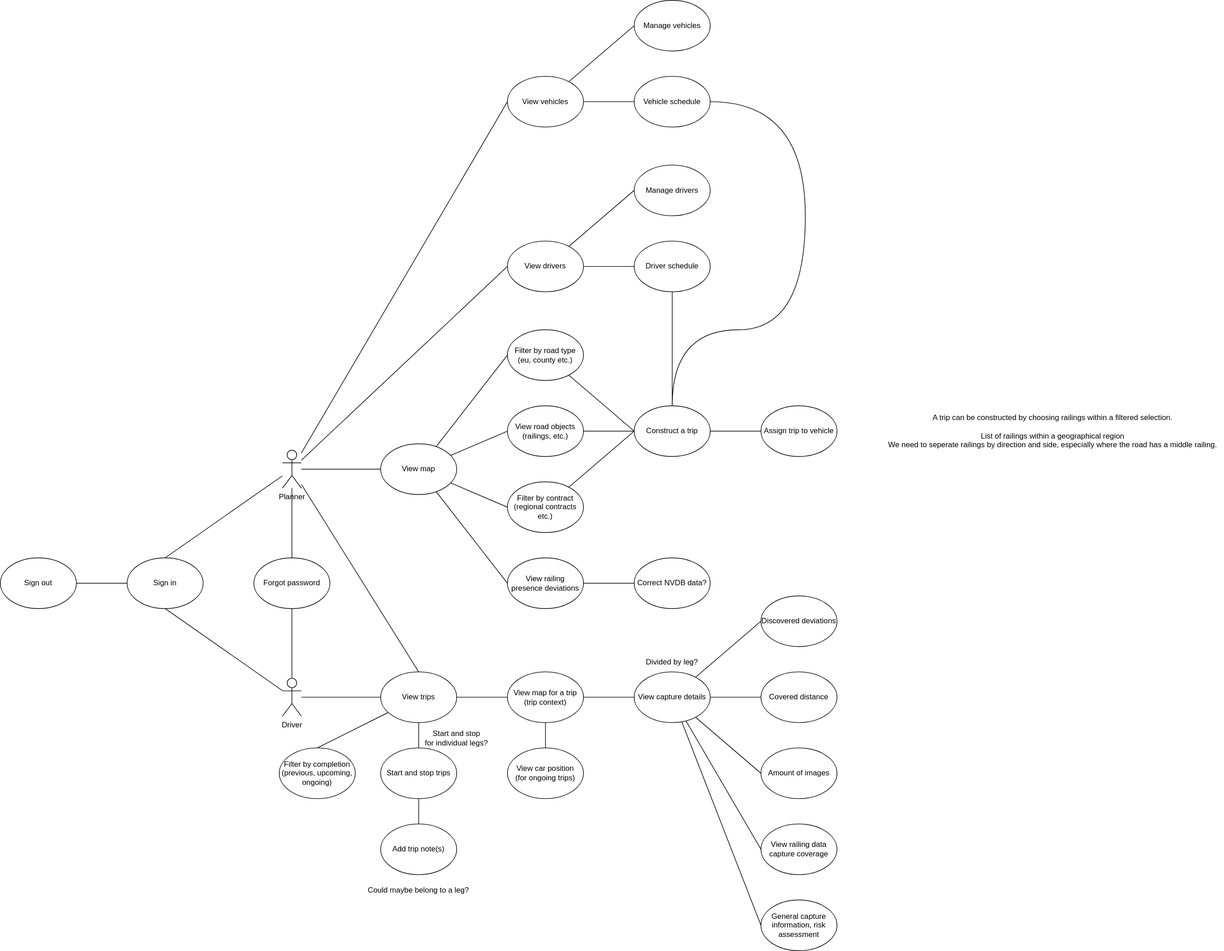
Earlier version of the draw.io export docs/diagrams/use-cases.drawio.svg (triosnok/isi-planning-tool). Source tidied: cells renumbered, new cells last; positions are measured from the earlier drawing's top-left corner, leaving out a move shared by most shapes.
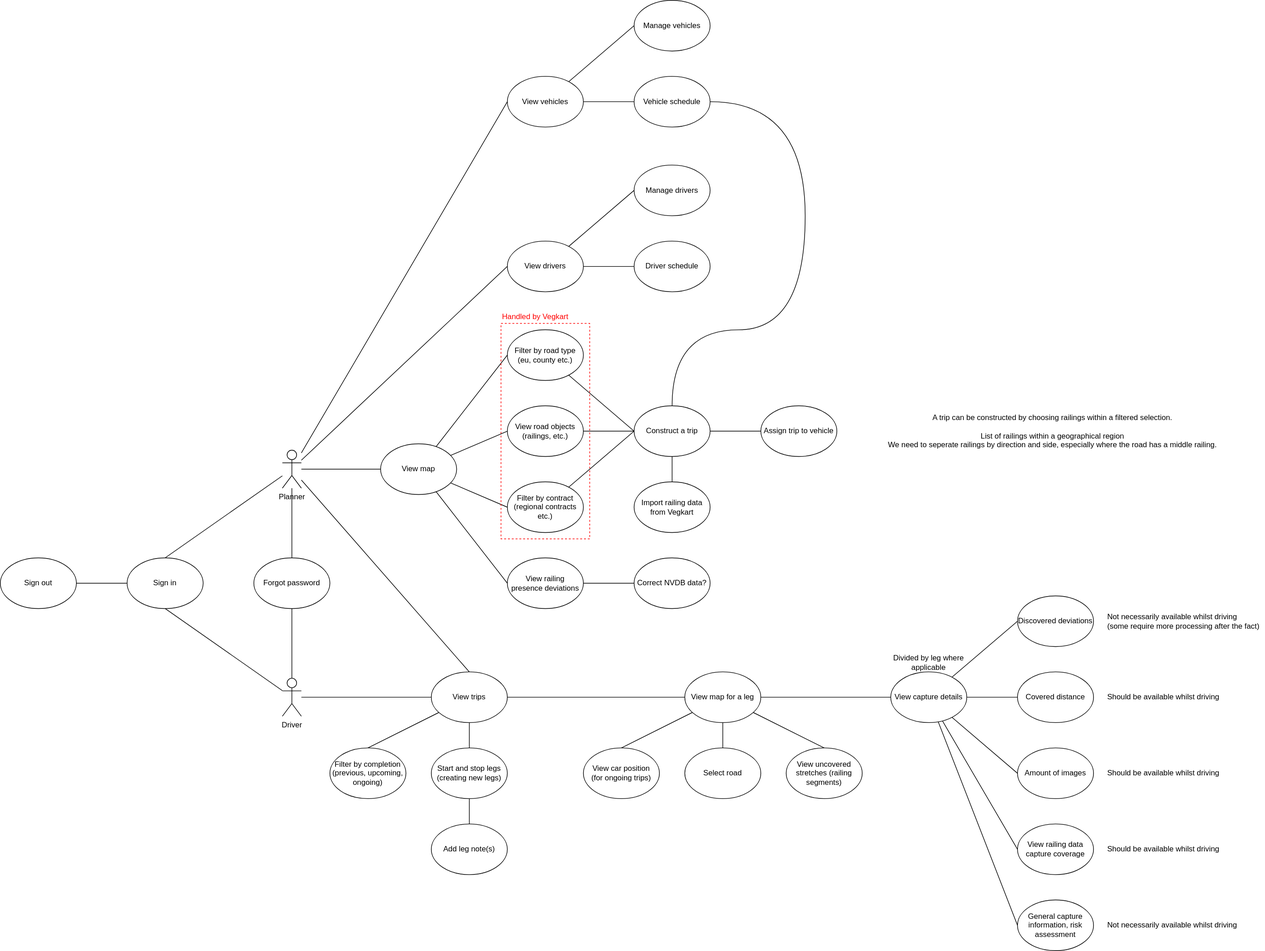
After the commit.

Commit message:
docs: B24-19 re-iterate use case diagram

Change to the diagram source:
```diff
@@ -5,7 +5,7 @@
     <mxCell id="2" style="edgeStyle=none;html=1;entryX=0.5;entryY=1;entryDx=0;entryDy=0;endArrow=none;endFill=0;" parent="1" edge="1" source="5" target="14">
       <mxGeometry relative="1" as="geometry" />
     </mxCell>
-    <mxCell id="3" style="edgeStyle=none;html=1;endArrow=none;endFill=0;startArrow=none;" parent="1" edge="1" source="65" target="32">
+    <mxCell id="3" style="edgeStyle=none;html=1;endArrow=none;endFill=0;startArrow=none;exitX=1;exitY=0.5;exitDx=0;exitDy=0;" parent="1" edge="1" source="65" target="32">
       <mxGeometry relative="1" as="geometry" />
     </mxCell>
     <mxCell id="4" style="edgeStyle=none;html=1;entryX=0.5;entryY=1;entryDx=0;entryDy=0;endArrow=none;endFill=0;" parent="1" edge="1" source="5" target="46">
@@ -92,8 +92,14 @@
     <mxCell id="31" style="edgeStyle=none;html=1;entryX=0.5;entryY=0;entryDx=0;entryDy=0;endArrow=none;endFill=0;" parent="1" edge="1" source="32" target="51">
       <mxGeometry relative="1" as="geometry" />
     </mxCell>
+    <mxCell id="73" style="edgeStyle=none;html=1;entryX=0.5;entryY=0;entryDx=0;entryDy=0;fontColor=#FF0000;endArrow=none;endFill=0;" parent="1" edge="1" source="32" target="78">
+      <mxGeometry relative="1" as="geometry" />
+    </mxCell>
+    <mxCell id="74" style="edgeStyle=none;html=1;fontColor=#F0F0F0;endArrow=none;endFill=0;" parent="1" edge="1" source="32" target="85">
+      <mxGeometry relative="1" as="geometry" />
+    </mxCell>
-    <mxCell id="32" value="View map for a trip&lt;br&gt;(trip context)" style="ellipse;whiteSpace=wrap;html=1;" parent="1" vertex="1">
-      <mxGeometry x="800" y="1060" width="120" height="80" as="geometry" />
+    <mxCell id="32" value="View map for a leg" style="ellipse;whiteSpace=wrap;html=1;" parent="1" vertex="1">
+      <mxGeometry x="1080" y="1060" width="120" height="80" as="geometry" />
     </mxCell>
     <mxCell id="33" style="edgeStyle=none;html=1;endArrow=none;endFill=0;entryX=0;entryY=0.5;entryDx=0;entryDy=0;" parent="1" edge="1" source="38" target="40">
       <mxGeometry relative="1" as="geometry" />
@@ -111,20 +117,17 @@
       <mxGeometry relative="1" as="geometry" />
     </mxCell>
     <mxCell id="38" value="View capture details" style="ellipse;whiteSpace=wrap;html=1;" parent="1" vertex="1">
-      <mxGeometry x="1000" y="1060" width="120" height="80" as="geometry" />
+      <mxGeometry x="1405" y="1060" width="120" height="80" as="geometry" />
     </mxCell>
     <mxCell id="39" value="View railing data capture coverage" style="ellipse;whiteSpace=wrap;html=1;" parent="1" vertex="1">
-      <mxGeometry x="1200" y="1300" width="120" height="80" as="geometry" />
+      <mxGeometry x="1605" y="1300" width="120" height="80" as="geometry" />
     </mxCell>
     <mxCell id="40" value="Amount of images" style="ellipse;whiteSpace=wrap;html=1;" parent="1" vertex="1">
-      <mxGeometry x="1200" y="1180" width="120" height="80" as="geometry" />
+      <mxGeometry x="1605" y="1180" width="120" height="80" as="geometry" />
     </mxCell>
     <mxCell id="41" style="edgeStyle=none;html=1;endArrow=none;endFill=0;entryX=0;entryY=0.5;entryDx=0;entryDy=0;" parent="1" edge="1" source="44" target="45">
       <mxGeometry relative="1" as="geometry" />
     </mxCell>
-    <mxCell id="42" style="edgeStyle=none;html=1;entryX=0.5;entryY=1;entryDx=0;entryDy=0;endArrow=none;endFill=0;" parent="1" edge="1" source="44" target="55">
-      <mxGeometry relative="1" as="geometry" />
-    </mxCell>
     <mxCell id="43" style="edgeStyle=orthogonalEdgeStyle;html=1;entryX=1;entryY=0.5;entryDx=0;entryDy=0;endArrow=none;endFill=0;elbow=vertical;curved=1;" parent="1" edge="1" source="44" target="59">
       <mxGeometry relative="1" as="geometry">
         <Array as="points">
@@ -134,6 +137,9 @@
         </Array>
       </mxGeometry>
     </mxCell>
+    <mxCell id="75" style="edgeStyle=none;html=1;entryX=0.5;entryY=0;entryDx=0;entryDy=0;fontColor=#FF0000;endArrow=none;endFill=0;" parent="1" edge="1" source="44" target="79">
+      <mxGeometry relative="1" as="geometry" />
+    </mxCell>
     <mxCell id="44" value="Construct a trip" style="ellipse;whiteSpace=wrap;html=1;" parent="1" vertex="1">
       <mxGeometry x="1000" y="640" width="120" height="80" as="geometry" />
     </mxCell>
@@ -147,16 +153,16 @@
       <mxGeometry x="1390" y="645" width="540" height="70" as="geometry" />
     </mxCell>
     <mxCell id="48" value="Covered distance" style="ellipse;whiteSpace=wrap;html=1;" parent="1" vertex="1">
-      <mxGeometry x="1200" y="1060" width="120" height="80" as="geometry" />
+      <mxGeometry x="1605" y="1060" width="120" height="80" as="geometry" />
     </mxCell>
-    <mxCell id="49" value="Divided by leg?" style="text;html=1;strokeColor=none;fillColor=none;align=center;verticalAlign=middle;whiteSpace=wrap;rounded=0;" parent="1" vertex="1">
-      <mxGeometry x="995" y="1030" width="130" height="30" as="geometry" />
+    <mxCell id="49" value="Divided by leg where applicable" style="text;html=1;strokeColor=none;fillColor=none;align=center;verticalAlign=middle;whiteSpace=wrap;rounded=0;" parent="1" vertex="1">
+      <mxGeometry x="1400" y="1030" width="130" height="30" as="geometry" />
     </mxCell>
     <mxCell id="50" value="Discovered deviations" style="ellipse;whiteSpace=wrap;html=1;" parent="1" vertex="1">
-      <mxGeometry x="1200" y="940" width="120" height="80" as="geometry" />
+      <mxGeometry x="1605" y="940" width="120" height="80" as="geometry" />
     </mxCell>
     <mxCell id="51" value="View car position&lt;br&gt;(for ongoing trips)" style="ellipse;whiteSpace=wrap;html=1;" parent="1" vertex="1">
-      <mxGeometry x="800" y="1180" width="120" height="80" as="geometry" />
+      <mxGeometry x="920" y="1180" width="120" height="80" as="geometry" />
     </mxCell>
     <mxCell id="52" style="edgeStyle=none;html=1;entryX=0;entryY=0.5;entryDx=0;entryDy=0;endArrow=none;endFill=0;" parent="1" edge="1" source="54" target="55">
       <mxGeometry relative="1" as="geometry" />
@@ -198,28 +204,52 @@
       <mxGeometry relative="1" as="geometry" />
     </mxCell>
     <mxCell id="65" value="View trips" style="ellipse;whiteSpace=wrap;html=1;" parent="1" vertex="1">
-      <mxGeometry x="600" y="1060" width="120" height="80" as="geometry" />
+      <mxGeometry x="680" y="1060" width="120" height="80" as="geometry" />
     </mxCell>
     <mxCell id="66" value="Filter by completion&lt;br&gt;(previous, upcoming, ongoing)" style="ellipse;whiteSpace=wrap;html=1;" parent="1" vertex="1">
-      <mxGeometry x="440" y="1180" width="120" height="80" as="geometry" />
+      <mxGeometry x="520" y="1180" width="120" height="80" as="geometry" />
     </mxCell>
-    <mxCell id="67" value="Add trip note(s)" style="ellipse;whiteSpace=wrap;html=1;" parent="1" vertex="1">
-      <mxGeometry x="600" y="1300" width="120" height="80" as="geometry" />
+    <mxCell id="67" value="Add leg note(s)" style="ellipse;whiteSpace=wrap;html=1;" parent="1" vertex="1">
+      <mxGeometry x="680" y="1300" width="120" height="80" as="geometry" />
     </mxCell>
     <mxCell id="68" style="edgeStyle=none;html=1;entryX=0.5;entryY=0;entryDx=0;entryDy=0;endArrow=none;endFill=0;elbow=vertical;" parent="1" edge="1" source="69" target="67">
       <mxGeometry relative="1" as="geometry" />
     </mxCell>
-    <mxCell id="69" value="Start and stop trips" style="ellipse;whiteSpace=wrap;html=1;" parent="1" vertex="1">
-      <mxGeometry x="600" y="1180" width="120" height="80" as="geometry" />
+    <mxCell id="69" value="Start and stop legs&lt;br&gt;(creating new legs)" style="ellipse;whiteSpace=wrap;html=1;" parent="1" vertex="1">
+      <mxGeometry x="680" y="1180" width="120" height="80" as="geometry" />
     </mxCell>
-    <mxCell id="70" value="Could maybe belong to a leg?" style="text;html=1;strokeColor=none;fillColor=none;align=center;verticalAlign=middle;whiteSpace=wrap;rounded=0;" parent="1" vertex="1">
-      <mxGeometry x="570" y="1390" width="180" height="30" as="geometry" />
-    </mxCell>
-    <mxCell id="71" value="Start and stop&lt;br&gt;&amp;nbsp;for individual legs?" style="text;html=1;strokeColor=none;fillColor=none;align=center;verticalAlign=middle;whiteSpace=wrap;rounded=0;" parent="1" vertex="1">
-      <mxGeometry x="660" y="1150" width="120" height="30" as="geometry" />
-    </mxCell>
     <mxCell id="72" value="General capture information, risk assessment" style="ellipse;whiteSpace=wrap;html=1;" parent="1" vertex="1">
-      <mxGeometry x="1200" y="1420" width="120" height="80" as="geometry" />
+      <mxGeometry x="1605" y="1420" width="120" height="80" as="geometry" />
     </mxCell>
+    <mxCell id="76" style="rounded=0;whiteSpace=wrap;html=1;fillColor=none;dashed=1;strokeColor=#FF0000;" parent="1" vertex="1">
+      <mxGeometry x="790" y="510" width="140" height="340" as="geometry" />
+    </mxCell>
+    <mxCell id="77" value="&lt;font color=&quot;#ff0000&quot;&gt;Handled by Vegkart&lt;/font&gt;" style="text;html=1;strokeColor=none;fillColor=none;align=left;verticalAlign=middle;whiteSpace=wrap;rounded=0;dashed=1;" parent="1" vertex="1">
+      <mxGeometry x="790" y="490" width="110" height="20" as="geometry" />
+    </mxCell>
+    <mxCell id="78" value="View uncovered stretches (railing segments)" style="ellipse;whiteSpace=wrap;html=1;" parent="1" vertex="1">
+      <mxGeometry x="1240" y="1180" width="120" height="80" as="geometry" />
+    </mxCell>
+    <mxCell id="79" value="Import railing data from Vegkart" style="ellipse;whiteSpace=wrap;html=1;" parent="1" vertex="1">
+      <mxGeometry x="1000" y="760" width="120" height="80" as="geometry" />
+    </mxCell>
+    <mxCell id="80" value="Should be available whilst driving" style="text;html=1;align=left;verticalAlign=middle;whiteSpace=wrap;rounded=0;dashed=1;" parent="1" vertex="1">
+      <mxGeometry x="1745" y="1205" width="190" height="30" as="geometry" />
+    </mxCell>
+    <mxCell id="81" value="Not necessarily available whilst driving &lt;br&gt;(some require more processing after the fact)" style="text;html=1;align=left;verticalAlign=middle;whiteSpace=wrap;rounded=0;dashed=1;" parent="1" vertex="1">
+      <mxGeometry x="1745" y="965" width="250" height="30" as="geometry" />
+    </mxCell>
+    <mxCell id="82" value="Should be available whilst driving" style="text;html=1;align=left;verticalAlign=middle;whiteSpace=wrap;rounded=0;dashed=1;" parent="1" vertex="1">
+      <mxGeometry x="1745" y="1085" width="190" height="30" as="geometry" />
+    </mxCell>
+    <mxCell id="83" value="Should be available whilst driving" style="text;html=1;align=left;verticalAlign=middle;whiteSpace=wrap;rounded=0;dashed=1;" parent="1" vertex="1">
+      <mxGeometry x="1745" y="1325" width="190" height="30" as="geometry" />
+    </mxCell>
+    <mxCell id="84" value="Not necessarily available whilst driving" style="text;html=1;align=left;verticalAlign=middle;whiteSpace=wrap;rounded=0;dashed=1;" parent="1" vertex="1">
+      <mxGeometry x="1745" y="1445" width="210" height="30" as="geometry" />
+    </mxCell>
+    <mxCell id="85" value="Select road" style="ellipse;whiteSpace=wrap;html=1;" parent="1" vertex="1">
+      <mxGeometry x="1080" y="1180" width="120" height="80" as="geometry" />
+    </mxCell>
   </root>
 </mxGraphModel>
```
